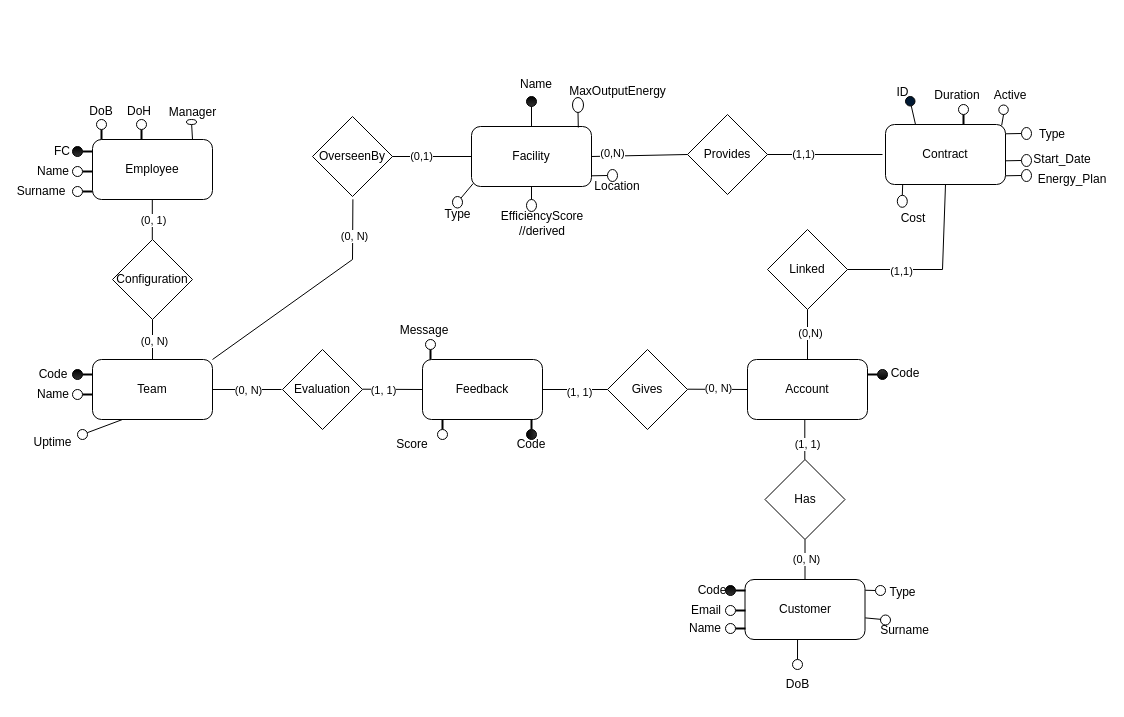
This is Exam/Documentation/Draw/ER.drawio from Fonty02/DBSystems, a draw.io file, before an edit. Source tidied: cells renumbered, new cells numbered last; positions are measured from the earlier drawing's top-left corner, leaving out a move shared by most shapes. Both pictures are drawn from the tidied source at 100%, with x=0, y=0 at pixel (22, 75).
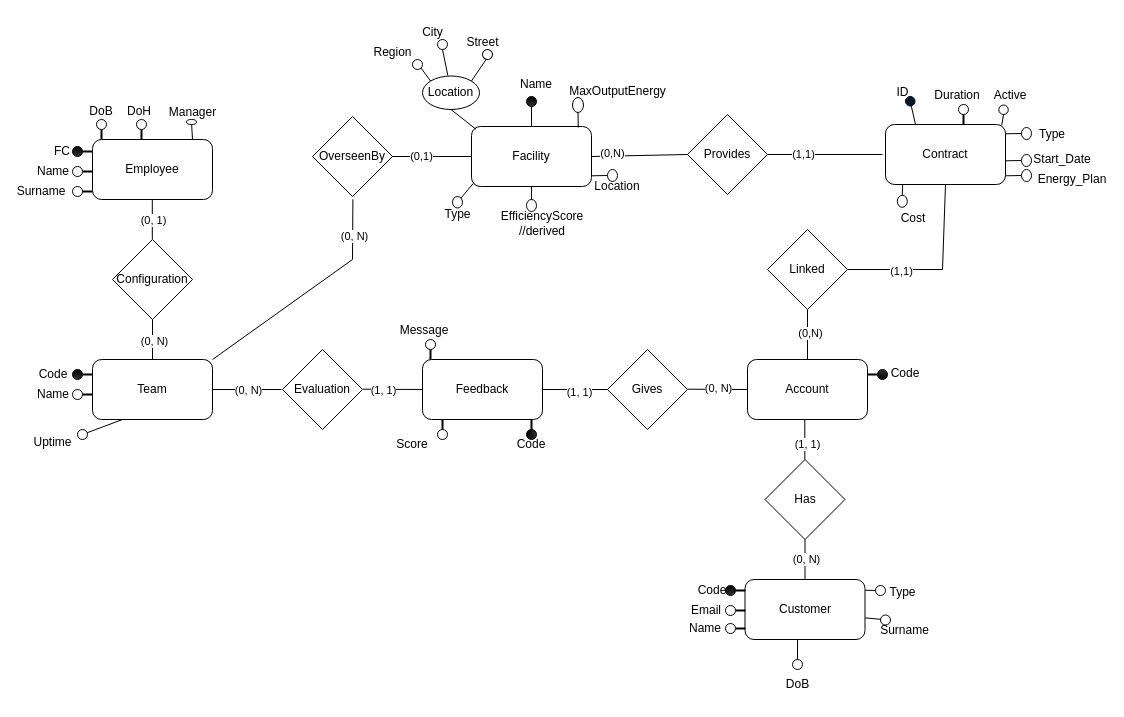
After the change.

The change refers to these unchanged cells:
```xml
<mxCell id="2" value="Facility" style="rounded=1;whiteSpace=wrap;html=1;" parent="1" vertex="1">
  <mxGeometry x="449" y="51" width="120" height="60" as="geometry" />
</mxCell>
```

The edit, as a diff of the source:
```diff
@@
+    <mxCell id="153" value="Location" style="ellipse;whiteSpace=wrap;html=1;" parent="1" vertex="1">
+      <mxGeometry x="400" y="0.5" width="57" height="33.5" as="geometry" />
+    </mxCell>
+    <mxCell id="154" style="endArrow=none;html=1;rounded=0;entryX=0.038;entryY=0.046;entryDx=0;entryDy=0;exitX=0.5;exitY=1;exitDx=0;exitDy=0;entryPerimeter=0;" parent="1" edge="1" source="153" target="2">
+      <mxGeometry relative="1" as="geometry" />
+    </mxCell>
+    <mxCell id="155" style="ellipse;whiteSpace=wrap;html=1;" parent="1" vertex="1">
+      <mxGeometry x="390" y="-16" width="10" height="10" as="geometry" />
+    </mxCell>
+    <mxCell id="156" style="endArrow=none;html=1;rounded=0;entryX=0;entryY=0;entryDx=0;entryDy=0;exitX=1;exitY=1;exitDx=0;exitDy=0;" parent="1" edge="1" source="155" target="153">
+      <mxGeometry relative="1" as="geometry" />
+    </mxCell>
+    <mxCell id="157" value="Region" style="text;html=1;align=center;verticalAlign=middle;strokeColor=none;fillColor=none;" parent="1" vertex="1">
+      <mxGeometry x="340" y="-38" width="60" height="30" as="geometry" />
+    </mxCell>
+    <mxCell id="158" style="ellipse;whiteSpace=wrap;html=1;rotation=60;" parent="1" vertex="1">
+      <mxGeometry x="460" y="-26" width="10" height="10" as="geometry" />
+    </mxCell>
+    <mxCell id="159" style="endArrow=none;html=1;rounded=0;entryX=1;entryY=0;entryDx=0;entryDy=0;exitX=1;exitY=1;exitDx=0;exitDy=0;" parent="1" edge="1" source="158" target="153">
+      <mxGeometry relative="1" as="geometry" />
+    </mxCell>
+    <mxCell id="160" value="Street" style="text;html=1;align=center;verticalAlign=middle;strokeColor=none;fillColor=none;" parent="1" vertex="1">
+      <mxGeometry x="430" y="-48" width="60" height="30" as="geometry" />
+    </mxCell>
+    <mxCell id="161" style="ellipse;whiteSpace=wrap;html=1;" parent="1" vertex="1">
+      <mxGeometry x="415" y="-36" width="10" height="10" as="geometry" />
+    </mxCell>
+    <mxCell id="162" style="endArrow=none;html=1;rounded=0;entryX=0.445;entryY=-0.016;entryDx=0;entryDy=0;entryPerimeter=0;exitX=0.5;exitY=1;exitDx=0;exitDy=0;" parent="1" edge="1" source="161" target="153">
+      <mxGeometry relative="1" as="geometry" />
+    </mxCell>
+    <mxCell id="163" value="City" style="text;html=1;align=center;verticalAlign=middle;strokeColor=none;fillColor=none;" parent="1" vertex="1">
+      <mxGeometry x="390" y="-58" width="40" height="30" as="geometry" />
+    </mxCell>
```
